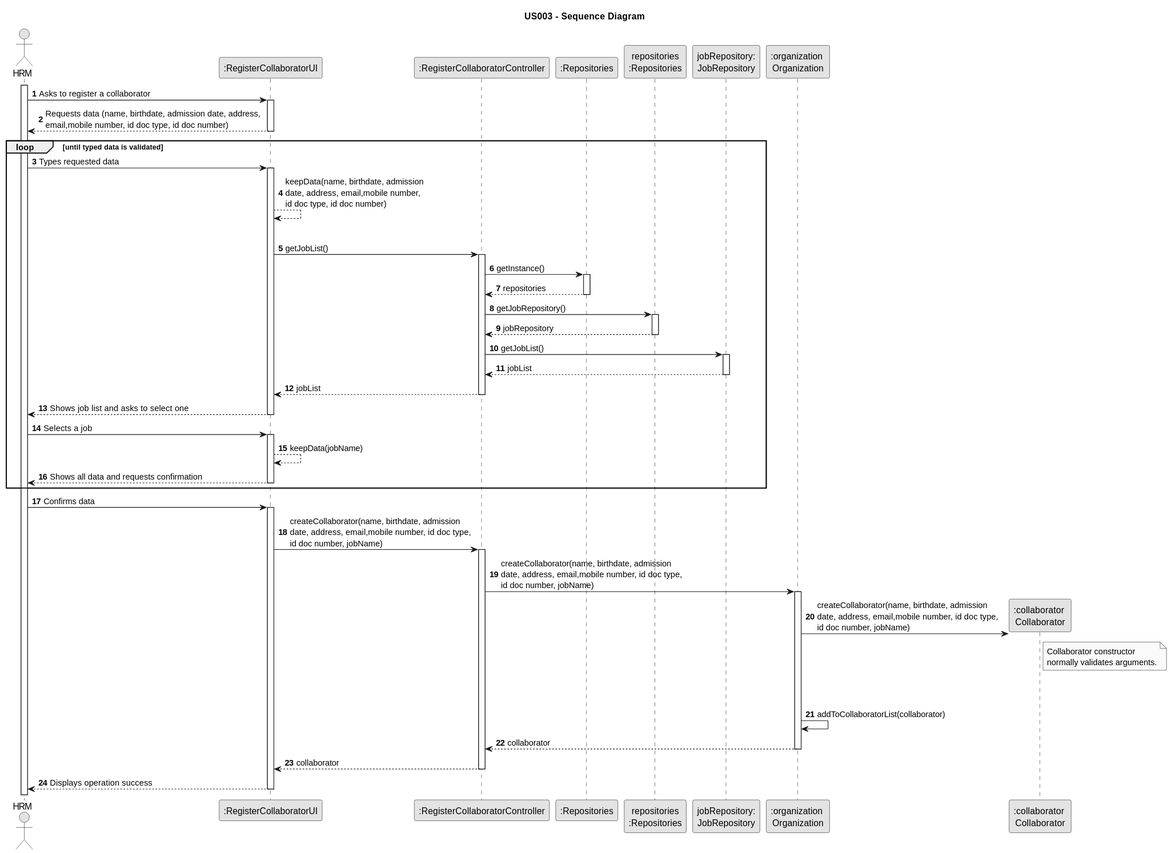
This is docs/sprintB/us003/03.design/svg/us003-sequence-diagram.svg from Rui-San/LAPR2_2023_2024, a PlantUML export, as it was before one commit.
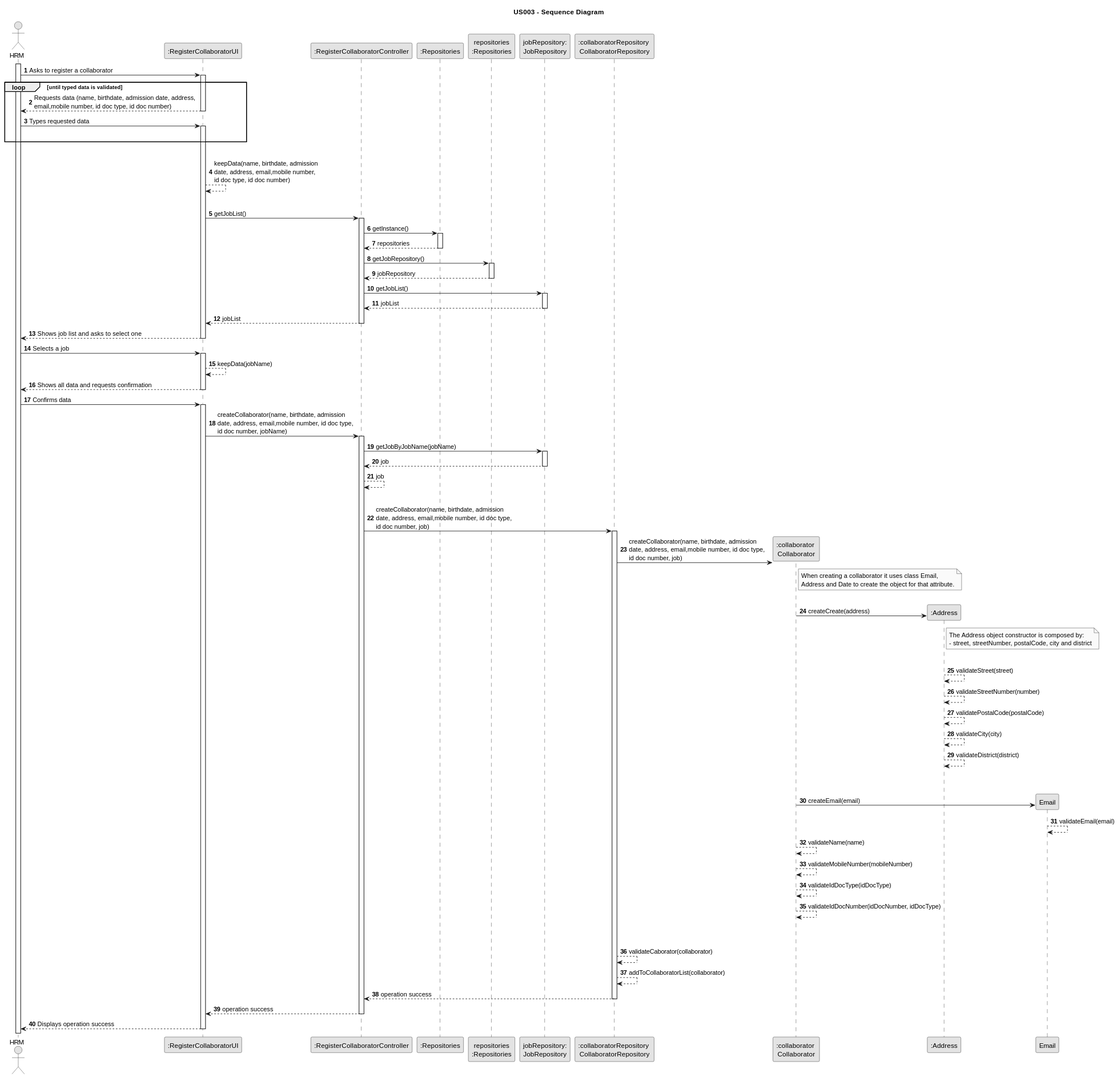
The same diagram one commit later.

Commit message:
US003 Sequence Diagram:

Added new svg that didn't go trought last commit (981bf5f)  for some reason.

Diff of the diagram source:
```diff
@@ -13,24 +13,30 @@
 participant ":Repositories" as RepositorySingleton
 participant "repositories\n:Repositories" as PLAT
 participant "jobRepository:\nJobRepository" as JobRepository
-participant ":organization \nOrganization" as ORG
+participant ":collaboratorRepository \nCollaboratorRepository" as COLREP
 participant ":collaborator \nCollaborator" as COL
-
+participant ":Address" as Address
 
 activate HRM
 
     HRM -> UI : Asks to register a collaborator
 
     activate UI
+    loop until typed data is validated
 
         UI --> HRM : Requests data (name, birthdate, admission date, address, \nemail,mobile number, id doc type, id doc number)
     deactivate UI
 
-    loop until typed data is validated
+
 
     HRM -> UI : Types requested data
 
+
     activate UI
+    |||
+
+    end
+    |||
         UI --> UI : keepData(name, birthdate, admission\ndate, address, email,mobile number,\nid doc type, id doc number)
         |||
         UI -> CTRL : getJobList()
@@ -70,7 +76,7 @@
         UI --> UI : keepData(jobName)
         UI --> HRM : Shows all data and requests confirmation
     deactivate UI
-    end
+
 
     HRM -> UI : Confirms data
 
@@ -79,18 +85,58 @@
         UI -> CTRL : createCollaborator(name, birthdate, admission\ndate, address, email,mobile number, id doc type,\nid doc number, jobName)
         activate CTRL
 
-            CTRL -> ORG : createCollaborator(name, birthdate, admission\ndate, address, email,mobile number, id doc type,\nid doc number, jobName)
-            activate ORG
+            CTRL -> JobRepository : getJobByJobName(jobName)
 
-                ORG -> COL** : createCollaborator(name, birthdate, admission\ndate, address, email,mobile number, id doc type,\nid doc number, jobName)
-                note right of COL : Collaborator constructor\nnormally validates arguments.
+            activate JobRepository
+
+            JobRepository --> CTRL : job
+
+            deactivate JobRepository
+            CTRL --> CTRL : job
+
+            |||
+
+            CTRL -> COLREP : createCollaborator(name, birthdate, admission\ndate, address, email,mobile number, id doc type,\nid doc number, job)
+            activate COLREP
+
+                COLREP -> COL** : createCollaborator(name, birthdate, admission\ndate, address, email,mobile number, id doc type,\nid doc number, job)
+                note right of COL : When creating a collaborator it uses class Email,\nAddress and Date to create the object for that attribute.
+
+               |||
+                COL -> Address** : createCreate(address)
+
+                note right of Address: The Address object constructor is composed by:\n- street, streetNumber, postalCode, city and district
+                |||
+                Address --> Address : validateStreet(street)
+                Address --> Address : validateStreetNumber(number)
+                Address --> Address : validatePostalCode(postalCode)
+                Address --> Address : validateCity(city)
+                Address --> Address : validateDistrict(district)
+
                 |||
                 |||
-                ORG -> ORG : addToCollaboratorList(collaborator)
-                ORG --> CTRL : collaborator
-            deactivate ORG
 
-            CTRL --> UI : collaborator
+
+
+                COL -> Email** : createEmail(email)
+
+                Email --> Email : validateEmail(email)
+                COL --> COL : validateName(name)
+                COL --> COL : validateMobileNumber(mobileNumber)
+                COL --> COL : validateIdDocType(idDocType)
+                COL --> COL : validateIdDocNumber(idDocNumber, idDocType)
+
+
+                |||
+                |||
+
+                COLREP --> COLREP : validateCaborator(collaborator)
+                COLREP --> COLREP : addToCollaboratorList(collaborator)
+                COLREP --> CTRL : operation success
+
+            deactivate COLREP
+
+            CTRL --> UI : operation success
         deactivate CTRL
 
         UI --> HRM : Displays operation success
```
